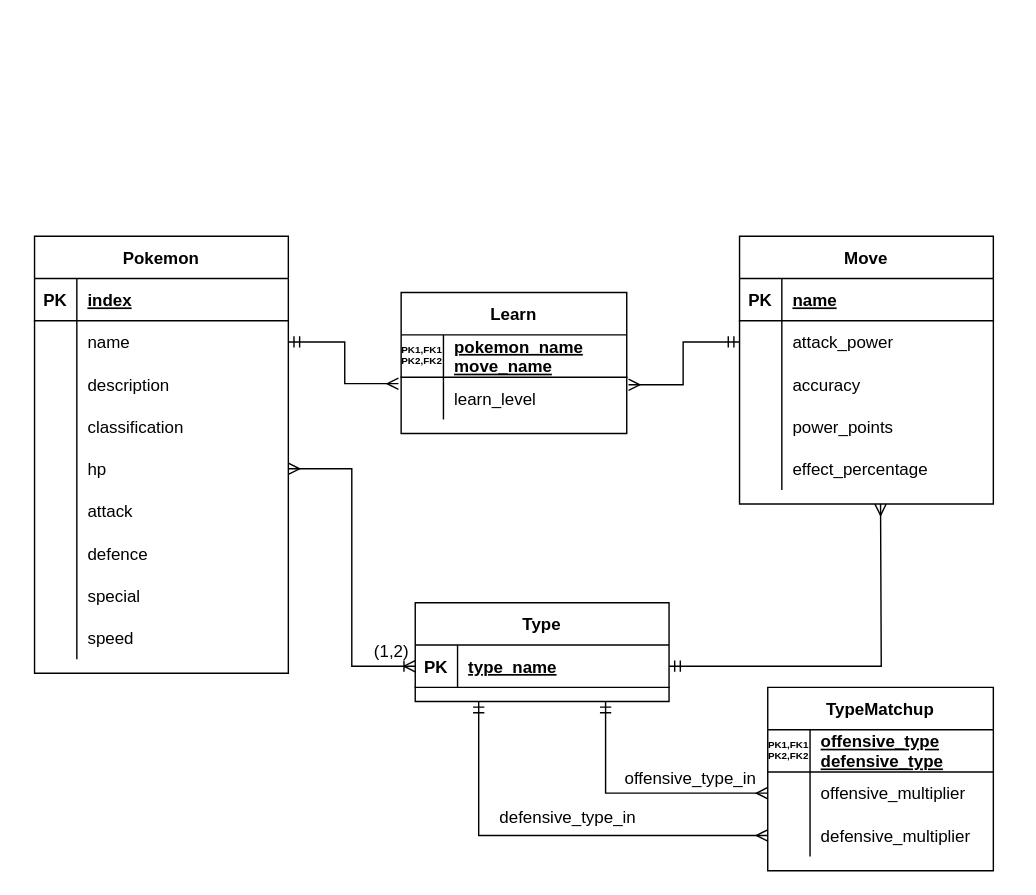
Before: Diagrams/PokemonERD.drawio in alex-tjellesen/csci213-final, a draw.io diagram. Source tidied: cells renumbered, new cells numbered last; positions are measured from the earlier drawing's top-left corner, leaving out a move shared by most shapes. Both pictures are drawn from the tidied source at 141%, with x=0, y=0 at pixel (34, 235).
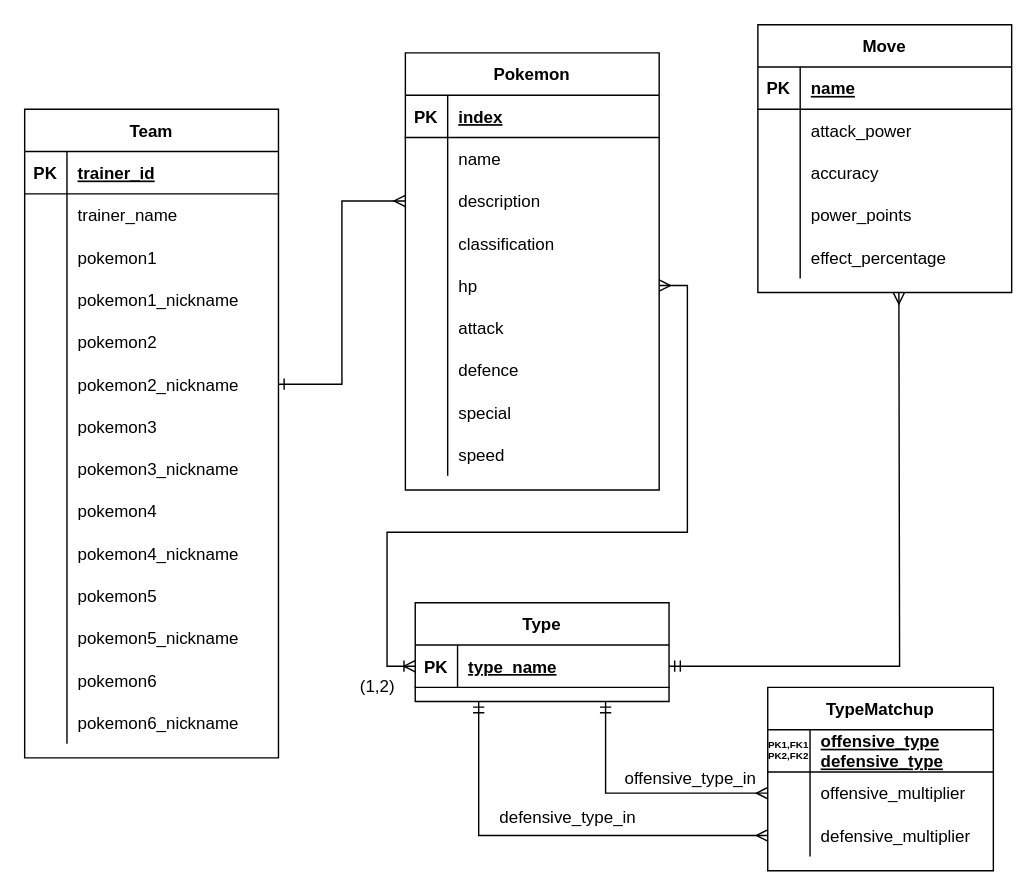
Above is the later version.

The change refers to these unchanged cells:
```xml
<mxCell id="6" style="shape=partialRectangle;fillColor=none;top=0;left=0;bottom=0;right=0;points=[[0,0.5],[1,0.5]];portConstraint=eastwest;" parent="2" vertex="1">
  <mxGeometry y="60" width="180" height="30" as="geometry" />
</mxCell>
<mxCell id="9" style="shape=partialRectangle;fillColor=none;top=0;left=0;bottom=0;right=0;points=[[0,0.5],[1,0.5]];portConstraint=eastwest;" parent="2" vertex="1">
  <mxGeometry y="90" width="180" height="30" as="geometry" />
</mxCell>
<mxCell id="15" style="shape=partialRectangle;fillColor=none;top=0;left=0;bottom=0;right=0;points=[[0,0.5],[1,0.5]];portConstraint=eastwest;fontSize=12;" parent="2" vertex="1">
  <mxGeometry y="150" width="180" height="30" as="geometry" />
</mxCell>
<mxCell id="34" style="shape=partialRectangle;fillColor=none;top=0;left=0;bottom=0;right=0;points=[[0,0.5],[1,0.5]];portConstraint=eastwest;" parent="30" vertex="1">
  <mxGeometry y="60" width="180" height="30" as="geometry" />
</mxCell>
<mxCell id="56" style="shape=partialRectangle;fillColor=none;top=0;left=0;bottom=1;right=0;points=[[0,0.5],[1,0.5]];portConstraint=eastwest;" parent="55" vertex="1">
  <mxGeometry y="30" width="180" height="30" as="geometry" />
</mxCell>
```

The edit, as a diff of the source:
```diff
@@
     <mxCell id="2" value="Pokemon" style="shape=table;startSize=30;childLayout=tableLayout;rowLines=0;fontStyle=1;align=center;" parent="1" vertex="1">
-      <mxGeometry width="180" height="310" as="geometry" />
+      <mxGeometry x="263" y="-130" width="180" height="310" as="geometry" />
     </mxCell>
@@
     <mxCell id="30" value="Move" style="shape=table;startSize=30;childLayout=tableLayout;rowLines=0;fontStyle=1;align=center;" parent="1" vertex="1">
-      <mxGeometry x="500" width="180" height="190" as="geometry" />
+      <mxGeometry x="513" y="-150" width="180" height="190" as="geometry" />
     </mxCell>
@@
-    <mxCell id="46" value="Learn" style="shape=table;startSize=30;childLayout=tableLayout;rowLines=0;fontStyle=1;align=center;" parent="1" vertex="1">
-      <mxGeometry x="260" y="40" width="160" height="100" as="geometry" />
-    </mxCell>
-    <mxCell id="47" style="shape=partialRectangle;fillColor=none;top=0;left=0;bottom=1;right=0;" parent="46" vertex="1">
-      <mxGeometry y="30" width="160" height="30" as="geometry" />
-    </mxCell>
-    <mxCell id="48" value="PK1,FK1&#10;PK2,FK2" style="shape=partialRectangle;fillColor=none;top=0;left=0;bottom=0;right=0;fontStyle=1;overflow=hidden;fontSize=7;rotation=0;" parent="47" vertex="1">
-      <mxGeometry width="30" height="30" as="geometry" />
-    </mxCell>
-    <mxCell id="49" value="pokemon_name&#10;move_name" style="shape=partialRectangle;fillColor=none;top=0;left=0;bottom=0;right=0;align=left;spacingLeft=6;fontStyle=5;overflow=hidden;" parent="47" vertex="1">
-      <mxGeometry x="30" width="130" height="30" as="geometry" />
-    </mxCell>
-    <mxCell id="50" style="shape=partialRectangle;fillColor=none;top=0;left=0;bottom=0;right=0;points=[[0,0.5],[1,0.5]];portConstraint=eastwest;" parent="46" vertex="1">
-      <mxGeometry y="60" width="160" height="30" as="geometry" />
-    </mxCell>
-    <mxCell id="51" style="shape=partialRectangle;fillColor=none;top=0;left=0;bottom=0;right=0;overflow=hidden;" parent="50" vertex="1">
-      <mxGeometry width="30" height="30" as="geometry" />
-    </mxCell>
-    <mxCell id="52" value="learn_level" style="shape=partialRectangle;fillColor=none;top=0;left=0;bottom=0;right=0;align=left;spacingLeft=6;overflow=hidden;" parent="50" vertex="1">
-      <mxGeometry x="30" width="130" height="30" as="geometry" />
-    </mxCell>
-    <mxCell id="53" style="edgeStyle=orthogonalEdgeStyle;rounded=0;jettySize=auto;html=1;exitX=1;exitY=0.5;exitDx=0;exitDy=0;entryX=-0.012;entryY=0.153;entryDx=0;entryDy=0;entryPerimeter=0;fontSize=7;startArrow=ERmandOne;startFill=0;endArrow=ERmany;endFill=0;" parent="1" edge="1" source="6" target="50">
-      <mxGeometry relative="1" as="geometry" />
-    </mxCell>
-    <mxCell id="54" style="edgeStyle=orthogonalEdgeStyle;rounded=0;jettySize=auto;html=1;exitX=0;exitY=0.5;exitDx=0;exitDy=0;entryX=1.008;entryY=0.18;entryDx=0;entryDy=0;entryPerimeter=0;fontSize=7;startArrow=ERmandOne;startFill=0;endArrow=ERmany;endFill=0;" parent="1" edge="1" source="34" target="50">
-      <mxGeometry relative="1" as="geometry" />
-    </mxCell>
@@
     <mxCell id="73" style="edgeStyle=orthogonalEdgeStyle;rounded=0;jettySize=auto;html=1;exitX=0;exitY=0.5;exitDx=0;exitDy=0;entryX=1;entryY=0.5;entryDx=0;entryDy=0;fontSize=12;startArrow=ERoneToMany;startFill=0;endArrow=ERmany;endFill=0;" parent="1" edge="1" source="56" target="15">
-      <mxGeometry relative="1" as="geometry" />
+      <mxGeometry relative="1" as="geometry">
+        <Array as="points">
+          <mxPoint x="250" y="305" />
+          <mxPoint x="250" y="210" />
+          <mxPoint x="463" y="210" />
+          <mxPoint x="463" y="35" />
+        </Array>
+      </mxGeometry>
     </mxCell>
     <mxCell id="74" value="(1,2)" style="text;html=1;align=center;verticalAlign=middle;strokeColor=none;fillColor=none;fontSize=12;" parent="1" vertex="1">
-      <mxGeometry x="233" y="285" width="40" height="20" as="geometry" />
+      <mxGeometry x="223" y="310" width="40" height="20" as="geometry" />
     </mxCell>
     <mxCell id="75" style="edgeStyle=orthogonalEdgeStyle;rounded=0;jettySize=auto;html=1;exitX=1;exitY=0.5;exitDx=0;exitDy=0;fontSize=12;startArrow=ERmandOne;startFill=0;endArrow=ERmany;endFill=0;" parent="1" edge="1" source="56">
       <mxGeometry relative="1" as="geometry">
-        <mxPoint x="600" y="190" as="targetPoint" />
+        <mxPoint x="613" y="40" as="targetPoint" />
       </mxGeometry>
     </mxCell>
+    <mxCell id="76" value="Team" style="shape=table;startSize=30;childLayout=tableLayout;rowLines=0;fontStyle=1;align=center;" parent="1" vertex="1">
+      <mxGeometry x="-7" y="-90" width="180" height="460" as="geometry" />
+    </mxCell>
+    <mxCell id="77" style="shape=partialRectangle;fillColor=none;top=0;left=0;bottom=1;right=0;" parent="76" vertex="1">
+      <mxGeometry y="30" width="180" height="30" as="geometry" />
+    </mxCell>
+    <mxCell id="78" value="PK" style="shape=partialRectangle;fillColor=none;top=0;left=0;bottom=0;right=0;fontStyle=1;overflow=hidden;" parent="77" vertex="1">
+      <mxGeometry width="30" height="30" as="geometry" />
+    </mxCell>
+    <mxCell id="79" value="trainer_id" style="shape=partialRectangle;fillColor=none;top=0;left=0;bottom=0;right=0;align=left;spacingLeft=6;fontStyle=5;overflow=hidden;" parent="77" vertex="1">
+      <mxGeometry x="30" width="150" height="30" as="geometry" />
+    </mxCell>
+    <mxCell id="80" style="shape=partialRectangle;fillColor=none;top=0;left=0;bottom=0;right=0;" parent="76" vertex="1">
+      <mxGeometry y="60" width="180" height="30" as="geometry" />
+    </mxCell>
+    <mxCell id="81" style="shape=partialRectangle;fillColor=none;top=0;left=0;bottom=0;right=0;overflow=hidden;" parent="80" vertex="1">
+      <mxGeometry width="30" height="30" as="geometry" />
+    </mxCell>
+    <mxCell id="82" value="trainer_name" style="shape=partialRectangle;fillColor=none;top=0;left=0;bottom=0;right=0;align=left;spacingLeft=6;overflow=hidden;" parent="80" vertex="1">
+      <mxGeometry x="30" width="150" height="30" as="geometry" />
+    </mxCell>
+    <mxCell id="83" style="shape=partialRectangle;fillColor=none;top=0;left=0;bottom=0;right=0;" parent="76" vertex="1">
+      <mxGeometry y="90" width="180" height="30" as="geometry" />
+    </mxCell>
+    <mxCell id="84" style="shape=partialRectangle;fillColor=none;top=0;left=0;bottom=0;right=0;overflow=hidden;" parent="83" vertex="1">
+      <mxGeometry width="30" height="30" as="geometry" />
+    </mxCell>
+    <mxCell id="85" value="pokemon1" style="shape=partialRectangle;fillColor=none;top=0;left=0;bottom=0;right=0;align=left;spacingLeft=6;overflow=hidden;" parent="83" vertex="1">
+      <mxGeometry x="30" width="150" height="30" as="geometry" />
+    </mxCell>
+    <mxCell id="86" style="shape=partialRectangle;fillColor=none;top=0;left=0;bottom=0;right=0;" parent="76" vertex="1">
+      <mxGeometry y="120" width="180" height="30" as="geometry" />
+    </mxCell>
+    <mxCell id="87" style="shape=partialRectangle;fillColor=none;top=0;left=0;bottom=0;right=0;overflow=hidden;" parent="86" vertex="1">
+      <mxGeometry width="30" height="30" as="geometry" />
+    </mxCell>
+    <mxCell id="88" value="pokemon1_nickname" style="shape=partialRectangle;fillColor=none;top=0;left=0;bottom=0;right=0;align=left;spacingLeft=6;overflow=hidden;" parent="86" vertex="1">
+      <mxGeometry x="30" width="150" height="30" as="geometry" />
+    </mxCell>
+    <mxCell id="89" style="shape=partialRectangle;fillColor=none;top=0;left=0;bottom=0;right=0;" parent="76" vertex="1">
+      <mxGeometry y="150" width="180" height="30" as="geometry" />
+    </mxCell>
+    <mxCell id="90" style="shape=partialRectangle;fillColor=none;top=0;left=0;bottom=0;right=0;overflow=hidden;" parent="89" vertex="1">
+      <mxGeometry width="30" height="30" as="geometry" />
+    </mxCell>
+    <mxCell id="91" value="pokemon2" style="shape=partialRectangle;fillColor=none;top=0;left=0;bottom=0;right=0;align=left;spacingLeft=6;overflow=hidden;" parent="89" vertex="1">
+      <mxGeometry x="30" width="150" height="30" as="geometry" />
+    </mxCell>
+    <mxCell id="92" style="shape=partialRectangle;fillColor=none;top=0;left=0;bottom=0;right=0;points=[[0,0.5],[1,0.5]];portConstraint=eastwest;" parent="76" vertex="1">
+      <mxGeometry y="180" width="180" height="30" as="geometry" />
+    </mxCell>
+    <mxCell id="93" style="shape=partialRectangle;fillColor=none;top=0;left=0;bottom=0;right=0;overflow=hidden;" parent="92" vertex="1">
+      <mxGeometry width="30" height="30" as="geometry" />
+    </mxCell>
+    <mxCell id="94" value="pokemon2_nickname" style="shape=partialRectangle;fillColor=none;top=0;left=0;bottom=0;right=0;align=left;spacingLeft=6;overflow=hidden;" parent="92" vertex="1">
+      <mxGeometry x="30" width="150" height="30" as="geometry" />
+    </mxCell>
+    <mxCell id="95" style="shape=partialRectangle;fillColor=none;top=0;left=0;bottom=0;right=0;" parent="76" vertex="1">
+      <mxGeometry y="210" width="180" height="30" as="geometry" />
+    </mxCell>
+    <mxCell id="96" style="shape=partialRectangle;fillColor=none;top=0;left=0;bottom=0;right=0;overflow=hidden;" parent="95" vertex="1">
+      <mxGeometry width="30" height="30" as="geometry" />
+    </mxCell>
+    <mxCell id="97" value="pokemon3" style="shape=partialRectangle;fillColor=none;top=0;left=0;bottom=0;right=0;align=left;spacingLeft=6;overflow=hidden;" parent="95" vertex="1">
+      <mxGeometry x="30" width="150" height="30" as="geometry" />
+    </mxCell>
+    <mxCell id="98" style="shape=partialRectangle;fillColor=none;top=0;left=0;bottom=0;right=0;" parent="76" vertex="1">
+      <mxGeometry y="240" width="180" height="30" as="geometry" />
+    </mxCell>
+    <mxCell id="99" style="shape=partialRectangle;fillColor=none;top=0;left=0;bottom=0;right=0;overflow=hidden;" parent="98" vertex="1">
+      <mxGeometry width="30" height="30" as="geometry" />
+    </mxCell>
+    <mxCell id="100" value="pokemon3_nickname" style="shape=partialRectangle;fillColor=none;top=0;left=0;bottom=0;right=0;align=left;spacingLeft=6;overflow=hidden;" parent="98" vertex="1">
+      <mxGeometry x="30" width="150" height="30" as="geometry" />
+    </mxCell>
+    <mxCell id="101" style="shape=partialRectangle;fillColor=none;top=0;left=0;bottom=0;right=0;" parent="76" vertex="1">
+      <mxGeometry y="270" width="180" height="30" as="geometry" />
+    </mxCell>
+    <mxCell id="102" style="shape=partialRectangle;fillColor=none;top=0;left=0;bottom=0;right=0;overflow=hidden;" parent="101" vertex="1">
+      <mxGeometry width="30" height="30" as="geometry" />
+    </mxCell>
+    <mxCell id="103" value="pokemon4" style="shape=partialRectangle;fillColor=none;top=0;left=0;bottom=0;right=0;align=left;spacingLeft=6;overflow=hidden;" parent="101" vertex="1">
+      <mxGeometry x="30" width="150" height="30" as="geometry" />
+    </mxCell>
+    <mxCell id="104" style="shape=partialRectangle;fillColor=none;top=0;left=0;bottom=0;right=0;" parent="76" vertex="1">
+      <mxGeometry y="300" width="180" height="30" as="geometry" />
+    </mxCell>
+    <mxCell id="105" style="shape=partialRectangle;fillColor=none;top=0;left=0;bottom=0;right=0;overflow=hidden;" parent="104" vertex="1">
+      <mxGeometry width="30" height="30" as="geometry" />
+    </mxCell>
+    <mxCell id="106" value="pokemon4_nickname" style="shape=partialRectangle;fillColor=none;top=0;left=0;bottom=0;right=0;align=left;spacingLeft=6;overflow=hidden;" parent="104" vertex="1">
+      <mxGeometry x="30" width="150" height="30" as="geometry" />
+    </mxCell>
+    <mxCell id="107" style="shape=partialRectangle;fillColor=none;top=0;left=0;bottom=0;right=0;" parent="76" vertex="1">
+      <mxGeometry y="330" width="180" height="30" as="geometry" />
+    </mxCell>
+    <mxCell id="108" style="shape=partialRectangle;fillColor=none;top=0;left=0;bottom=0;right=0;overflow=hidden;" parent="107" vertex="1">
+      <mxGeometry width="30" height="30" as="geometry" />
+    </mxCell>
+    <mxCell id="109" value="pokemon5" style="shape=partialRectangle;fillColor=none;top=0;left=0;bottom=0;right=0;align=left;spacingLeft=6;overflow=hidden;" parent="107" vertex="1">
+      <mxGeometry x="30" width="150" height="30" as="geometry" />
+    </mxCell>
+    <mxCell id="110" style="shape=partialRectangle;fillColor=none;top=0;left=0;bottom=0;right=0;" parent="76" vertex="1">
+      <mxGeometry y="360" width="180" height="30" as="geometry" />
+    </mxCell>
+    <mxCell id="111" style="shape=partialRectangle;fillColor=none;top=0;left=0;bottom=0;right=0;overflow=hidden;" parent="110" vertex="1">
+      <mxGeometry width="30" height="30" as="geometry" />
+    </mxCell>
+    <mxCell id="112" value="pokemon5_nickname" style="shape=partialRectangle;fillColor=none;top=0;left=0;bottom=0;right=0;align=left;spacingLeft=6;overflow=hidden;" parent="110" vertex="1">
+      <mxGeometry x="30" width="150" height="30" as="geometry" />
+    </mxCell>
+    <mxCell id="113" style="shape=partialRectangle;fillColor=none;top=0;left=0;bottom=0;right=0;" parent="76" vertex="1">
+      <mxGeometry y="390" width="180" height="30" as="geometry" />
+    </mxCell>
+    <mxCell id="114" style="shape=partialRectangle;fillColor=none;top=0;left=0;bottom=0;right=0;overflow=hidden;" parent="113" vertex="1">
+      <mxGeometry width="30" height="30" as="geometry" />
+    </mxCell>
+    <mxCell id="115" value="pokemon6" style="shape=partialRectangle;fillColor=none;top=0;left=0;bottom=0;right=0;align=left;spacingLeft=6;overflow=hidden;" parent="113" vertex="1">
+      <mxGeometry x="30" width="150" height="30" as="geometry" />
+    </mxCell>
+    <mxCell id="116" style="shape=partialRectangle;fillColor=none;top=0;left=0;bottom=0;right=0;" parent="76" vertex="1">
+      <mxGeometry y="420" width="180" height="30" as="geometry" />
+    </mxCell>
+    <mxCell id="117" style="shape=partialRectangle;fillColor=none;top=0;left=0;bottom=0;right=0;overflow=hidden;" parent="116" vertex="1">
+      <mxGeometry width="30" height="30" as="geometry" />
+    </mxCell>
+    <mxCell id="118" value="pokemon6_nickname" style="shape=partialRectangle;fillColor=none;top=0;left=0;bottom=0;right=0;align=left;spacingLeft=6;overflow=hidden;" parent="116" vertex="1">
+      <mxGeometry x="30" width="150" height="30" as="geometry" />
+    </mxCell>
+    <mxCell id="119" style="edgeStyle=orthogonalEdgeStyle;rounded=0;jettySize=auto;html=1;exitX=0;exitY=0.5;exitDx=0;exitDy=0;entryX=1;entryY=0.5;entryDx=0;entryDy=0;startArrow=ERmany;startFill=0;endArrow=ERone;endFill=0;" parent="1" edge="1" source="9" target="92">
+      <mxGeometry relative="1" as="geometry" />
+    </mxCell>
```
